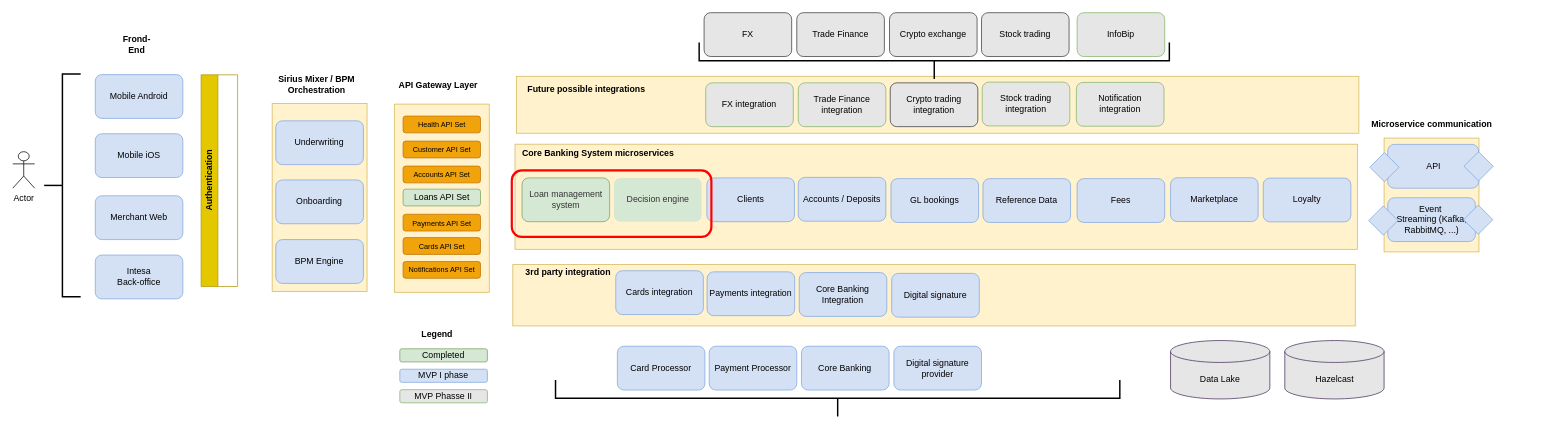
Before: Target Architecture - high level.drawio in eedsast/core-banking-mockup-claude, a draw.io diagram. Source tidied: cells renumbered, new cells numbered last; positions are measured from the earlier drawing's top-left corner, leaving out a move shared by most shapes. Both pictures are drawn from the tidied source at 73%, with x=0, y=0 at pixel (12, -174).
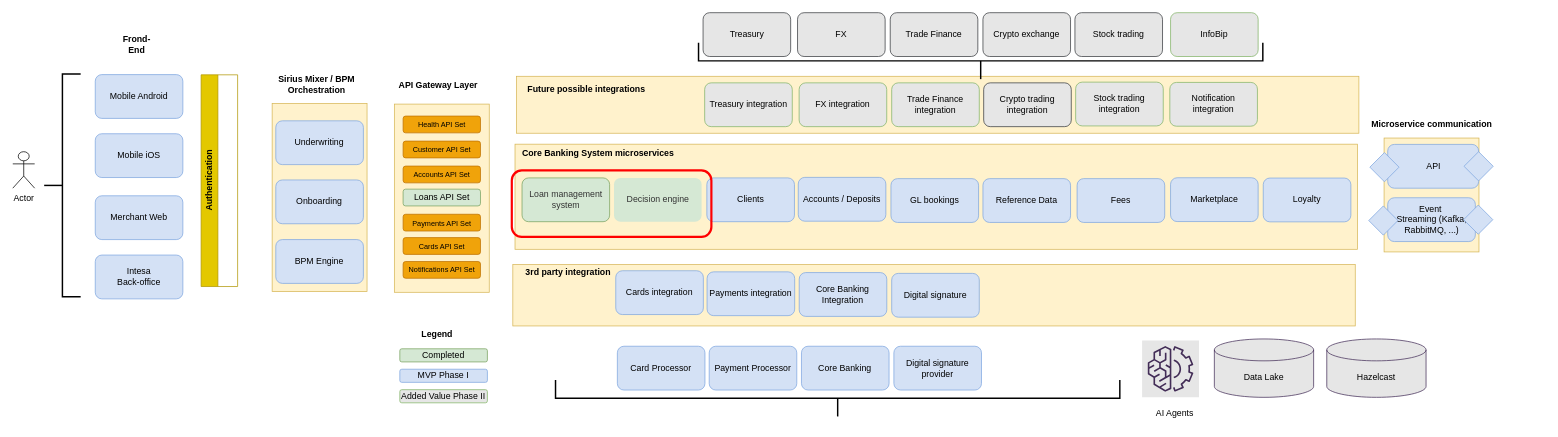
The same diagram, later.

Commit message (it also covers changes not shown here):
Updated architecture figures and Analysis files

What changed in the source:
```diff
@@
     <mxCell id="19" value="FX integration" style="rounded=1;whiteSpace=wrap;html=1;fillColor=#E6E6E6;strokeColor=#82b366;" parent="1" vertex="1">
-      <mxGeometry x="949.2" y="352" width="120" height="60" as="geometry" />
+      <mxGeometry x="1077.2" y="352" width="120" height="60" as="geometry" />
     </mxCell>
@@
     <mxCell id="27" value="Trade Finance integration" style="rounded=1;whiteSpace=wrap;html=1;fillColor=#E6E6E6;strokeColor=#82b366;" parent="1" vertex="1">
-      <mxGeometry x="1076" y="352" width="120" height="60" as="geometry" />
+      <mxGeometry x="1204" y="352" width="120" height="60" as="geometry" />
     </mxCell>
     <mxCell id="28" value="Crypto trading integration" style="rounded=1;whiteSpace=wrap;html=1;fillColor=#E6E6E6;strokeColor=#36393d;" parent="1" vertex="1">
-      <mxGeometry x="1202" y="352" width="120" height="60" as="geometry" />
+      <mxGeometry x="1330" y="352" width="120" height="60" as="geometry" />
     </mxCell>
@@
     <mxCell id="37" value="Notification integration" style="rounded=1;whiteSpace=wrap;html=1;fillColor=#E6E6E6;strokeColor=#82b366;" parent="1" vertex="1">
-      <mxGeometry x="1457" y="351.4" width="120" height="60" as="geometry" />
+      <mxGeometry x="1585" y="351.4" width="120" height="60" as="geometry" />
     </mxCell>
     <mxCell id="38" value="InfoBip" style="rounded=1;whiteSpace=wrap;html=1;fillColor=#E6E6E6;strokeColor=#82b366;" parent="1" vertex="1">
-      <mxGeometry x="1458" y="255.9" width="120" height="60" as="geometry" />
+      <mxGeometry x="1586" y="255.9" width="120" height="60" as="geometry" />
     </mxCell>
@@
     <mxCell id="40" value="FX" style="rounded=1;whiteSpace=wrap;html=1;fillColor=#E6E6E6;strokeColor=#36393d;" parent="1" vertex="1">
-      <mxGeometry x="947" y="255.9" width="120" height="60" as="geometry" />
+      <mxGeometry x="1075" y="255.9" width="120" height="60" as="geometry" />
     </mxCell>
     <mxCell id="41" style="strokeWidth=2;html=1;shape=mxgraph.flowchart.annotation_2;align=left;labelPosition=right;rotation=-90;" parent="1" vertex="1">
-      <mxGeometry x="1237.3" y="-0.2" width="50" height="644.1" as="geometry" />
+      <mxGeometry x="1300.9" y="-64.6" width="50" height="773" as="geometry" />
     </mxCell>
     <mxCell id="42" value="Trade Finance" style="rounded=1;whiteSpace=wrap;html=1;fillColor=#E6E6E6;strokeColor=#36393d;" parent="1" vertex="1">
-      <mxGeometry x="1074" y="255.9" width="120" height="60" as="geometry" />
+      <mxGeometry x="1202" y="255.9" width="120" height="60" as="geometry" />
     </mxCell>
     <mxCell id="43" value="Crypto exchange" style="rounded=1;whiteSpace=wrap;html=1;fillColor=#E6E6E6;strokeColor=#36393d;" parent="1" vertex="1">
-      <mxGeometry x="1201" y="255.9" width="120" height="60" as="geometry" />
+      <mxGeometry x="1329" y="255.9" width="120" height="60" as="geometry" />
     </mxCell>
@@
     <mxCell id="45" value="Stock trading integration" style="rounded=1;whiteSpace=wrap;html=1;fillColor=#E6E6E6;strokeColor=#82b366;" parent="1" vertex="1">
-      <mxGeometry x="1328" y="351" width="120" height="60" as="geometry" />
+      <mxGeometry x="1456" y="351" width="120" height="60" as="geometry" />
     </mxCell>
@@
     <mxCell id="47" value="Stock trading" style="rounded=1;whiteSpace=wrap;html=1;fillColor=#E6E6E6;strokeColor=#36393d;" parent="1" vertex="1">
-      <mxGeometry x="1327" y="255.9" width="120" height="60" as="geometry" />
+      <mxGeometry x="1455" y="255.9" width="120" height="60" as="geometry" />
     </mxCell>
@@
-    <mxCell id="65" value="MVP I phase" style="rounded=1;whiteSpace=wrap;html=1;fillColor=#D4E1F5;strokeColor=#7EA6E0;" parent="1" vertex="1">
+    <mxCell id="65" value="MVP Phase I" style="rounded=1;whiteSpace=wrap;html=1;fillColor=#D4E1F5;strokeColor=#7EA6E0;" parent="1" vertex="1">
       <mxGeometry x="530.2" y="744.3" width="120" height="18" as="geometry" />
     </mxCell>
-    <mxCell id="66" value="MVP Phasse II" style="rounded=1;whiteSpace=wrap;html=1;fillColor=#E6E6E6;strokeColor=#82b366;" parent="1" vertex="1">
+    <mxCell id="66" value="Added Value Phase II" style="rounded=1;whiteSpace=wrap;html=1;fillColor=#E6E6E6;strokeColor=#82b366;" parent="1" vertex="1">
       <mxGeometry x="530.2" y="772.3" width="120" height="18" as="geometry" />
     </mxCell>
@@
     <mxCell id="71" value="&lt;font&gt;Data Lake&lt;/font&gt;" style="shape=cylinder3;whiteSpace=wrap;html=1;boundedLbl=1;backgroundOutline=1;size=15;rounded=1;lign=center;verticalAlign=middle;fontFamily=Helvetica;fontSize=12;fillColor=#E6E6E6;strokeColor=#432D57;fontColor=#000000;" parent="1" vertex="1">
-      <mxGeometry x="1586" y="705" width="136" height="80" as="geometry" />
+      <mxGeometry x="1646" y="702.8" width="136" height="80" as="geometry" />
     </mxCell>
@@
     <mxCell id="75" value="&lt;font&gt;Hazelcast&lt;/font&gt;" style="shape=cylinder3;whiteSpace=wrap;html=1;boundedLbl=1;backgroundOutline=1;size=15;rounded=1;lign=center;verticalAlign=middle;fontFamily=Helvetica;fontSize=12;fillColor=#E6E6E6;strokeColor=#432D57;fontColor=#000000;" parent="1" vertex="1">
-      <mxGeometry x="1742.5" y="705" width="136" height="80" as="geometry" />
+      <mxGeometry x="1800" y="702.8" width="136" height="80" as="geometry" />
     </mxCell>
+    <mxCell id="76" style="sketch=0;fontColor=#232F3E;fillColor=#01A88D;strokeColor=#ffffff;dashed=0;verticalLabelPosition=bottom;verticalAlign=top;align=center;html=1;fontSize=12;fontStyle=0;shape=mxgraph.aws4.resourceIcon;resIcon=mxgraph.aws4.machine_learning;labelPerimeter=1;fillColor=#E6E6E6;strokeColor=#432D57;fontColor=#000000;" parent="1" vertex="1">
+      <mxGeometry x="1547" y="704.8" width="78" height="78" as="geometry" />
+    </mxCell>
+    <mxCell id="77" value="AI Agents" style="text;html=1;align=center;verticalAlign=middle;whiteSpace=wrap;rounded=0;fontStyle=0;" parent="1" vertex="1">
+      <mxGeometry x="1527" y="790.3" width="130" height="30" as="geometry" />
+    </mxCell>
+    <mxCell id="78" value="Treasury integration" style="rounded=1;whiteSpace=wrap;html=1;fillColor=#E6E6E6;strokeColor=#82b366;" parent="1" vertex="1">
+      <mxGeometry x="947.8" y="352" width="120" height="60" as="geometry" />
+    </mxCell>
+    <mxCell id="79" value="Treasury" style="rounded=1;whiteSpace=wrap;html=1;fillColor=#E6E6E6;strokeColor=#36393d;" parent="1" vertex="1">
+      <mxGeometry x="945.6" y="255.9" width="120" height="60" as="geometry" />
+    </mxCell>
```
